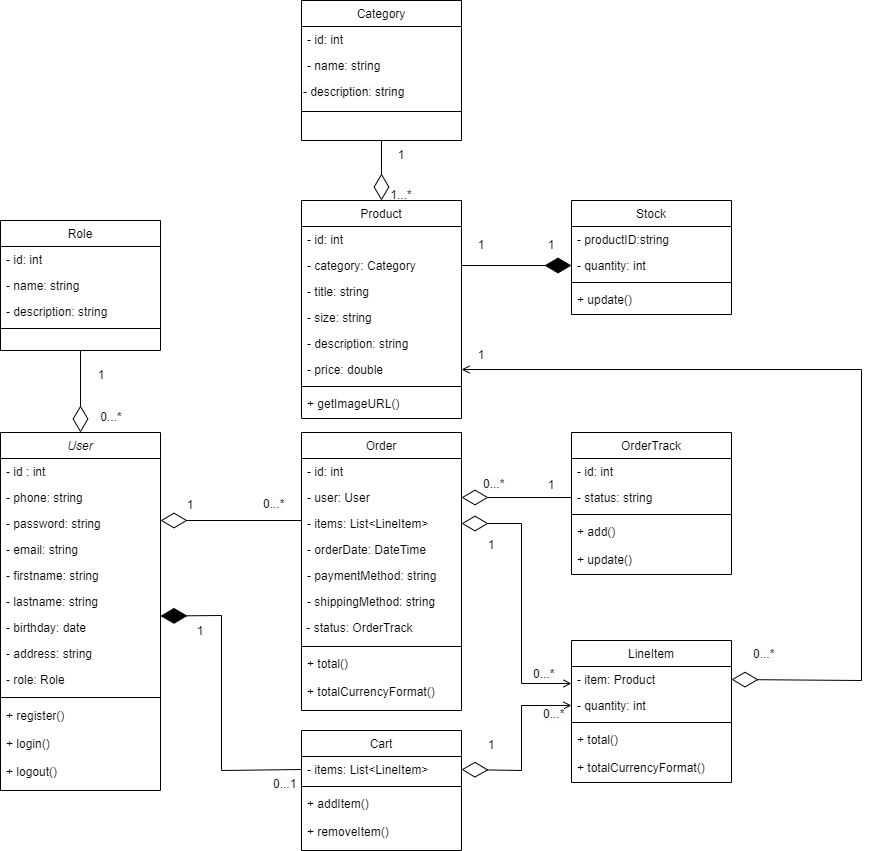
Bisoo12300/web_project_ERD keeps this draw.io diagram as WEB.drawio.png. Above is the earlier version. Source tidied: cells renumbered, new cells last; positions are measured from the earlier drawing's top-left corner, leaving out a move shared by most shapes.
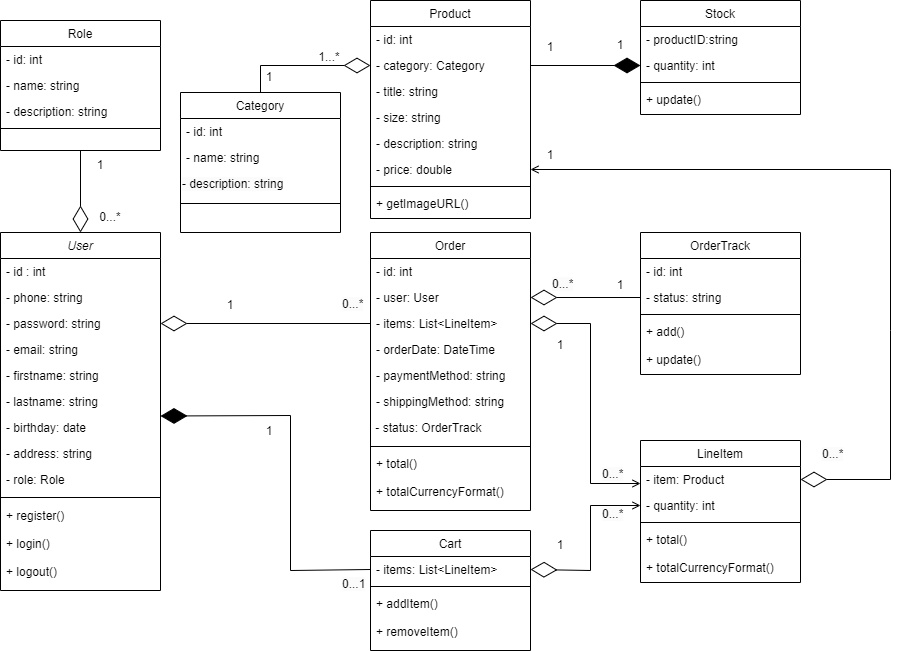
Later version of the same file.

Commit message:
Cập nhật WEB.drawio.png

Change to the diagram source:
```diff
@@ -3,7 +3,7 @@
     <mxCell id="0" />
     <mxCell id="1" parent="0" />
     <mxCell id="2" value="User" style="swimlane;fontStyle=2;align=center;verticalAlign=top;horizontal=1;startSize=26;rounded=0;shadow=0;strokeWidth=1;" parent="1" vertex="1">
-      <mxGeometry y="432" width="160" height="358" as="geometry" />
+      <mxGeometry x="-69" y="432" width="160" height="358" as="geometry" />
     </mxCell>
     <mxCell id="3" value="- id : int" style="text;align=left;verticalAlign=top;spacingLeft=4;spacingRight=4;overflow=hidden;" parent="2" vertex="1">
       <mxGeometry y="26" width="160" height="26" as="geometry" />
@@ -45,7 +45,7 @@
       <mxGeometry y="326" width="160" height="28" as="geometry" />
     </mxCell>
     <mxCell id="16" value="Role" style="swimlane;fontStyle=0;align=center;verticalAlign=top;horizontal=1;startSize=26;rounded=0;shadow=0;strokeWidth=1;" parent="1" vertex="1">
-      <mxGeometry y="220" width="160" height="130" as="geometry" />
+      <mxGeometry x="-69" y="220" width="160" height="130" as="geometry" />
     </mxCell>
     <mxCell id="17" value="- id: int" style="text;align=left;verticalAlign=top;spacingLeft=4;spacingRight=4;overflow=hidden;" parent="16" vertex="1">
       <mxGeometry y="26" width="160" height="26" as="geometry" />
@@ -63,10 +63,10 @@
       <mxGeometry relative="1" as="geometry" />
     </mxCell>
     <mxCell id="22" value="1" style="text;html=1;strokeColor=none;fillColor=none;align=center;verticalAlign=middle;whiteSpace=wrap;rounded=0;" parent="1" vertex="1">
-      <mxGeometry x="71" y="360" width="60" height="30" as="geometry" />
+      <mxGeometry x="1" y="350" width="60" height="30" as="geometry" />
     </mxCell>
     <mxCell id="23" value="0...*" style="text;html=1;strokeColor=none;fillColor=none;align=center;verticalAlign=middle;whiteSpace=wrap;rounded=0;" parent="1" vertex="1">
-      <mxGeometry x="81" y="402" width="60" height="30" as="geometry" />
+      <mxGeometry x="11" y="402" width="60" height="30" as="geometry" />
     </mxCell>
     <mxCell id="24" value="Cart" style="swimlane;fontStyle=0;align=center;verticalAlign=top;horizontal=1;startSize=26;rounded=0;shadow=0;strokeWidth=1;" parent="1" vertex="1">
       <mxGeometry x="301" y="730" width="160" height="120" as="geometry" />
@@ -129,7 +129,7 @@
       <mxGeometry y="190" width="160" height="28" as="geometry" />
     </mxCell>
     <mxCell id="44" value="Category" style="swimlane;fontStyle=0;align=center;verticalAlign=top;horizontal=1;startSize=26;rounded=0;shadow=0;strokeWidth=1;" parent="1" vertex="1">
-      <mxGeometry x="301" width="160" height="140" as="geometry" />
+      <mxGeometry x="111" y="292" width="160" height="140" as="geometry" />
     </mxCell>
     <mxCell id="45" value="- id: int" style="text;align=left;verticalAlign=top;spacingLeft=4;spacingRight=4;overflow=hidden;" parent="44" vertex="1">
       <mxGeometry y="26" width="160" height="26" as="geometry" />
@@ -143,14 +143,18 @@
     <mxCell id="48" style="line;html=1;strokeWidth=1;align=left;verticalAlign=middle;spacingTop=-1;spacingLeft=3;spacingRight=3;labelPosition=right;" parent="44" vertex="1">
       <mxGeometry y="110" width="160" height="2" as="geometry" />
     </mxCell>
-    <mxCell id="49" style="endArrow=diamondThin;endFill=0;endSize=24;html=1;rounded=0;entryX=0.5;entryY=0;entryDx=0;entryDy=0;exitX=0.5;exitY=1;exitDx=0;exitDy=0;" parent="1" edge="1" source="44" target="35">
-      <mxGeometry relative="1" as="geometry" />
+    <mxCell id="49" style="endArrow=diamondThin;endFill=0;endSize=24;html=1;rounded=0;entryX=0;entryY=0.5;entryDx=0;entryDy=0;exitX=0.5;exitY=0;exitDx=0;exitDy=0;" parent="1" edge="1" source="44" target="37">
+      <mxGeometry relative="1" as="geometry">
+        <Array as="points">
+          <mxPoint x="191" y="265" />
+        </Array>
+      </mxGeometry>
     </mxCell>
     <mxCell id="50" value="1" style="text;html=1;strokeColor=none;fillColor=none;align=center;verticalAlign=middle;whiteSpace=wrap;rounded=0;" parent="1" vertex="1">
-      <mxGeometry x="371" y="140" width="60" height="30" as="geometry" />
+      <mxGeometry x="170" y="262" width="60" height="30" as="geometry" />
     </mxCell>
     <mxCell id="51" value="1...*" style="text;html=1;strokeColor=none;fillColor=none;align=center;verticalAlign=middle;whiteSpace=wrap;rounded=0;" parent="1" vertex="1">
-      <mxGeometry x="371" y="180" width="60" height="30" as="geometry" />
+      <mxGeometry x="230" y="242" width="60" height="30" as="geometry" />
     </mxCell>
     <mxCell id="52" value="Stock" style="swimlane;fontStyle=0;align=center;verticalAlign=top;horizontal=1;startSize=26;rounded=0;shadow=0;strokeWidth=1;" parent="1" vertex="1">
       <mxGeometry x="571" y="200" width="160" height="114" as="geometry" />
@@ -171,7 +175,7 @@
       <mxGeometry relative="1" as="geometry" />
     </mxCell>
     <mxCell id="58" value="1" style="text;html=1;strokeColor=none;fillColor=none;align=center;verticalAlign=middle;whiteSpace=wrap;rounded=0;" parent="1" vertex="1">
-      <mxGeometry x="451" y="230" width="60" height="30" as="geometry" />
+      <mxGeometry x="451" y="232" width="60" height="30" as="geometry" />
     </mxCell>
     <mxCell id="59" value="1" style="text;html=1;strokeColor=none;fillColor=none;align=center;verticalAlign=middle;whiteSpace=wrap;rounded=0;" parent="1" vertex="1">
       <mxGeometry x="521" y="230" width="60" height="30" as="geometry" />
@@ -223,16 +227,16 @@
     <mxCell id="73" value="&lt;span style=&quot;color: rgb(0, 0, 0); font-family: Helvetica; font-size: 12px; font-style: normal; font-variant-ligatures: normal; font-variant-caps: normal; font-weight: 400; letter-spacing: normal; orphans: 2; text-align: center; text-indent: 0px; text-transform: none; widows: 2; word-spacing: 0px; -webkit-text-stroke-width: 0px; background-color: rgb(251, 251, 251); text-decoration-thickness: initial; text-decoration-style: initial; text-decoration-color: initial; float: none; display: inline !important;&quot;&gt;0...1&lt;/span&gt;" style="text;whiteSpace=wrap;html=1;" parent="1" vertex="1">
       <mxGeometry x="271" y="770" width="50" height="40" as="geometry" />
     </mxCell>
-    <mxCell id="74" style="endArrow=diamondThin;endFill=0;endSize=24;html=1;rounded=0;entryX=0;entryY=1;entryDx=0;entryDy=0;" parent="1" edge="1" target="75">
+    <mxCell id="74" style="endArrow=diamondThin;endFill=0;endSize=24;html=1;rounded=0;entryX=1;entryY=0.5;entryDx=0;entryDy=0;" parent="1" edge="1" target="5">
       <mxGeometry relative="1" as="geometry">
-        <mxPoint x="301" y="520" as="sourcePoint" />
+        <mxPoint x="301" y="523" as="sourcePoint" />
       </mxGeometry>
     </mxCell>
     <mxCell id="75" value="1" style="text;html=1;strokeColor=none;fillColor=none;align=center;verticalAlign=middle;whiteSpace=wrap;rounded=0;" parent="1" vertex="1">
-      <mxGeometry x="160" y="490" width="60" height="30" as="geometry" />
+      <mxGeometry x="131" y="490" width="60" height="30" as="geometry" />
     </mxCell>
     <mxCell id="76" value="&lt;span style=&quot;color: rgb(0, 0, 0); font-family: Helvetica; font-size: 12px; font-style: normal; font-variant-ligatures: normal; font-variant-caps: normal; font-weight: 400; letter-spacing: normal; orphans: 2; text-align: center; text-indent: 0px; text-transform: none; widows: 2; word-spacing: 0px; -webkit-text-stroke-width: 0px; background-color: rgb(251, 251, 251); text-decoration-thickness: initial; text-decoration-style: initial; text-decoration-color: initial; float: none; display: inline !important;&quot;&gt;0...*&lt;/span&gt;" style="text;whiteSpace=wrap;html=1;" parent="1" vertex="1">
-      <mxGeometry x="261" y="490" width="50" height="40" as="geometry" />
+      <mxGeometry x="271" y="490" width="50" height="40" as="geometry" />
     </mxCell>
     <mxCell id="77" value="OrderTrack" style="swimlane;fontStyle=0;align=center;verticalAlign=top;horizontal=1;startSize=26;rounded=0;shadow=0;strokeWidth=1;" parent="1" vertex="1">
       <mxGeometry x="571" y="432" width="160" height="142" as="geometry" />
@@ -264,8 +268,9 @@
     <mxCell id="86" style="endArrow=diamondThin;endFill=0;endSize=24;html=1;rounded=0;entryX=1;entryY=0.5;entryDx=0;entryDy=0;exitX=1;exitY=0.5;exitDx=0;exitDy=0;startArrow=open;startFill=0;" parent="1" edge="1" source="41" target="30">
       <mxGeometry relative="1" as="geometry">
         <Array as="points">
-          <mxPoint x="861" y="369" />
-          <mxPoint x="861" y="680" />
+          <mxPoint x="821" y="369" />
+          <mxPoint x="821" y="530" />
+          <mxPoint x="821" y="679" />
         </Array>
       </mxGeometry>
     </mxCell>
@@ -293,7 +298,7 @@
       </mxGeometry>
     </mxCell>
     <mxCell id="91" value="&lt;span style=&quot;color: rgb(0, 0, 0); font-family: Helvetica; font-size: 12px; font-style: normal; font-variant-ligatures: normal; font-variant-caps: normal; font-weight: 400; letter-spacing: normal; orphans: 2; text-align: center; text-indent: 0px; text-transform: none; widows: 2; word-spacing: 0px; -webkit-text-stroke-width: 0px; background-color: rgb(251, 251, 251); text-decoration-thickness: initial; text-decoration-style: initial; text-decoration-color: initial; float: none; display: inline !important;&quot;&gt;0...*&lt;/span&gt;" style="text;whiteSpace=wrap;html=1;" parent="1" vertex="1">
-      <mxGeometry x="541" y="700" width="50" height="40" as="geometry" />
+      <mxGeometry x="531" y="700" width="50" height="40" as="geometry" />
     </mxCell>
     <mxCell id="92" value="&lt;span style=&quot;color: rgb(0, 0, 0); font-family: Helvetica; font-size: 12px; font-style: normal; font-variant-ligatures: normal; font-variant-caps: normal; font-weight: 400; letter-spacing: normal; orphans: 2; text-align: center; text-indent: 0px; text-transform: none; widows: 2; word-spacing: 0px; -webkit-text-stroke-width: 0px; background-color: rgb(251, 251, 251); text-decoration-thickness: initial; text-decoration-style: initial; text-decoration-color: initial; float: none; display: inline !important;&quot;&gt;0...*&lt;/span&gt;" style="text;whiteSpace=wrap;html=1;" parent="1" vertex="1">
       <mxGeometry x="531" y="660" width="50" height="40" as="geometry" />
```
